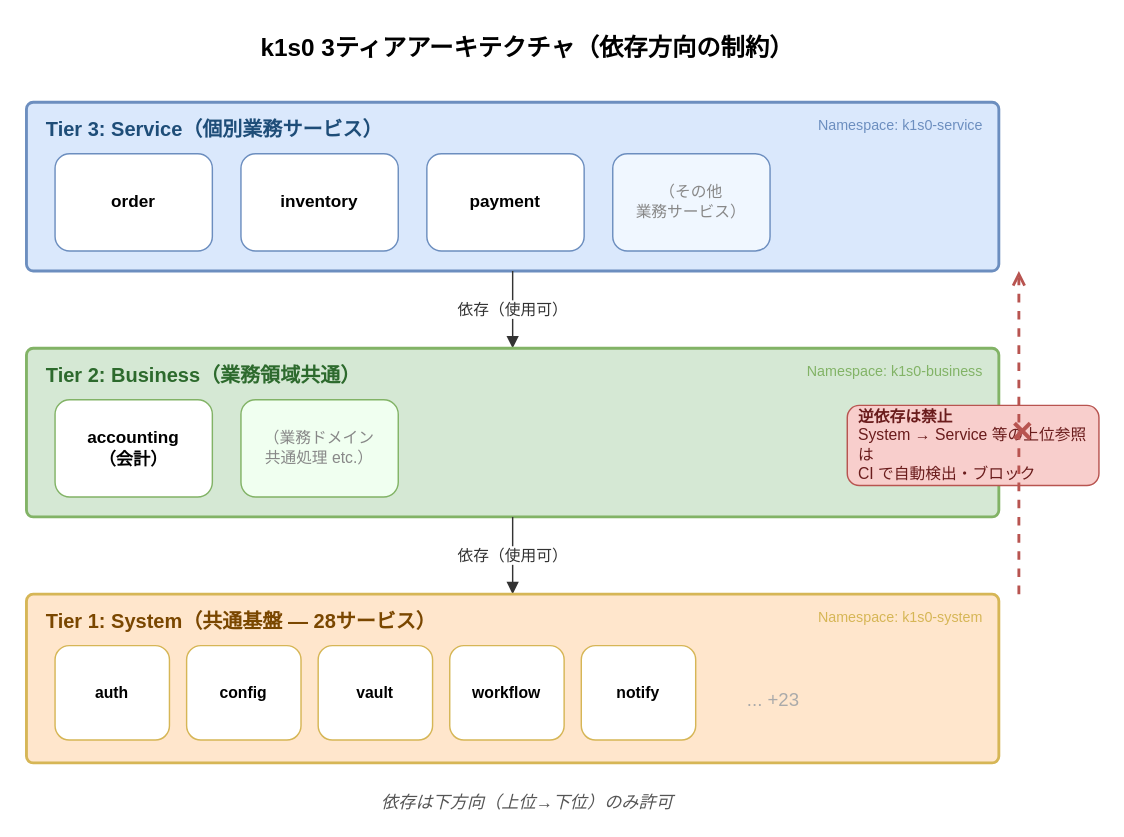
Above: docs/architecture/diagrams/fig3-architecture.drawio in RyuheiKiso/k1s0 (draw.io), before the change. Source tidied: cells renumbered, new cells numbered last; positions are measured from the earlier drawing's top-left corner, leaving out a move shared by most shapes. Both pictures are drawn from the tidied source at 143%, with x=0, y=0 at pixel (26, 24).
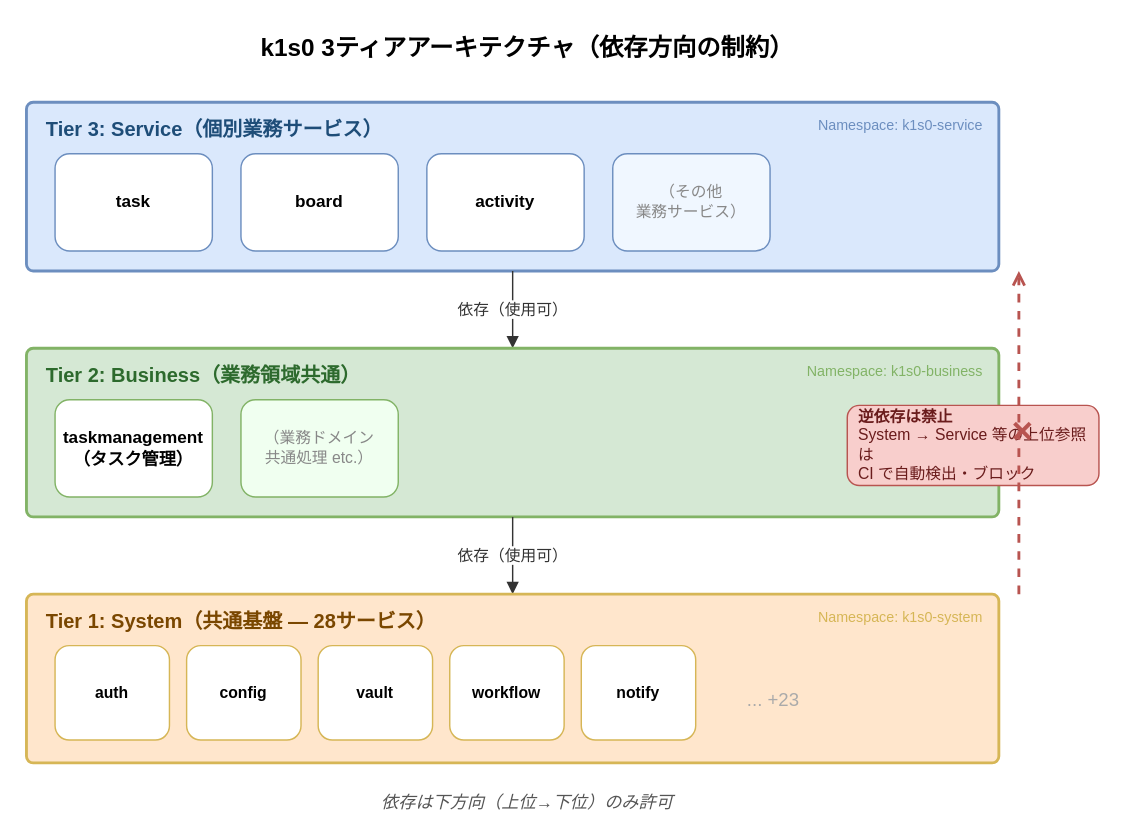
Above is the later version.

Change to the diagram source:
```diff
@@
-    <mxCell id="6" value="order" style="rounded=1;whiteSpace=wrap;html=1;fillColor=#ffffff;strokeColor=#6c8ebf;fontSize=12;fontStyle=1;" parent="1" vertex="1">
+    <mxCell id="6" value="task" style="rounded=1;whiteSpace=wrap;html=1;fillColor=#ffffff;strokeColor=#6c8ebf;fontSize=12;fontStyle=1;" parent="1" vertex="1">
       <mxGeometry x="20" y="90" width="110" height="68" as="geometry" />
     </mxCell>
-    <mxCell id="7" value="inventory" style="rounded=1;whiteSpace=wrap;html=1;fillColor=#ffffff;strokeColor=#6c8ebf;fontSize=12;fontStyle=1;" parent="1" vertex="1">
+    <mxCell id="7" value="board" style="rounded=1;whiteSpace=wrap;html=1;fillColor=#ffffff;strokeColor=#6c8ebf;fontSize=12;fontStyle=1;" parent="1" vertex="1">
       <mxGeometry x="150" y="90" width="110" height="68" as="geometry" />
     </mxCell>
-    <mxCell id="8" value="payment" style="rounded=1;whiteSpace=wrap;html=1;fillColor=#ffffff;strokeColor=#6c8ebf;fontSize=12;fontStyle=1;" parent="1" vertex="1">
+    <mxCell id="8" value="activity" style="rounded=1;whiteSpace=wrap;html=1;fillColor=#ffffff;strokeColor=#6c8ebf;fontSize=12;fontStyle=1;" parent="1" vertex="1">
       <mxGeometry x="280" y="90" width="110" height="68" as="geometry" />
     </mxCell>
@@
-    <mxCell id="14" value="accounting&#10;（会計）" style="rounded=1;whiteSpace=wrap;html=1;fillColor=#ffffff;strokeColor=#82b366;fontSize=12;fontStyle=1;" parent="1" vertex="1">
+    <mxCell id="14" value="taskmanagement&#10;（タスク管理）" style="rounded=1;whiteSpace=wrap;html=1;fillColor=#ffffff;strokeColor=#82b366;fontSize=12;fontStyle=1;" parent="1" vertex="1">
       <mxGeometry x="20" y="262" width="110" height="68" as="geometry" />
     </mxCell>
```
